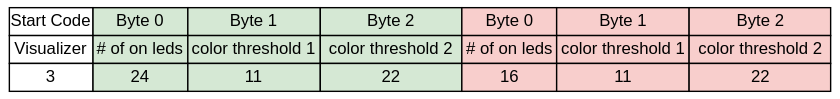
microchip-pic-avr-examples/pic16f56q71-audio-light-show-mplab-mcc keeps this draw.io diagram as images/visualizer.svg. Above is the earlier version. Source tidied: cells renumbered, new cells last; positions are measured from the earlier drawing's top-left corner, leaving out a move shared by most shapes. Source of this version:
```xml
<mxGraphModel>
  <root>
    <mxCell id="0" />
    <mxCell id="1" parent="0" />
    <mxCell id="2" value="Start Code" style="rounded=0;whiteSpace=wrap;html=1;" parent="1" vertex="1">
      <mxGeometry width="60" height="20" as="geometry" />
    </mxCell>
    <mxCell id="3" value="Byte 0" style="rounded=0;whiteSpace=wrap;html=1;fillColor=#d5e8d4;strokeColor=#000000;" parent="1" vertex="1">
      <mxGeometry x="60" width="68" height="20" as="geometry" />
    </mxCell>
    <mxCell id="4" value="Byte 1" style="rounded=0;whiteSpace=wrap;html=1;fillColor=#d5e8d4;strokeColor=#000000;" parent="1" vertex="1">
      <mxGeometry x="128" width="95" height="20" as="geometry" />
    </mxCell>
    <mxCell id="5" value="Byte 2" style="rounded=0;whiteSpace=wrap;html=1;fillColor=#d5e8d4;strokeColor=#000000;" parent="1" vertex="1">
      <mxGeometry x="223" width="101.5" height="20" as="geometry" />
    </mxCell>
    <mxCell id="6" value="Visualizer" style="rounded=0;whiteSpace=wrap;html=1;" parent="1" vertex="1">
      <mxGeometry y="20" width="60" height="20" as="geometry" />
    </mxCell>
    <mxCell id="7" value="# of on leds" style="rounded=0;whiteSpace=wrap;html=1;fillColor=#d5e8d4;strokeColor=#000000;" parent="1" vertex="1">
      <mxGeometry x="60" y="20" width="68" height="20" as="geometry" />
    </mxCell>
    <mxCell id="8" value="color threshold 1" style="rounded=0;whiteSpace=wrap;html=1;fillColor=#d5e8d4;strokeColor=#000000;" parent="1" vertex="1">
      <mxGeometry x="128" y="20" width="95" height="20" as="geometry" />
    </mxCell>
    <mxCell id="9" value="color threshold 2" style="rounded=0;whiteSpace=wrap;html=1;fillColor=#d5e8d4;strokeColor=#000000;" parent="1" vertex="1">
      <mxGeometry x="223" y="20" width="101.5" height="20" as="geometry" />
    </mxCell>
    <mxCell id="10" value="3" style="rounded=0;whiteSpace=wrap;html=1;" parent="1" vertex="1">
      <mxGeometry y="40" width="60" height="20" as="geometry" />
    </mxCell>
    <mxCell id="11" value="24" style="rounded=0;whiteSpace=wrap;html=1;fillColor=#d5e8d4;strokeColor=#000000;" parent="1" vertex="1">
      <mxGeometry x="60" y="40" width="68" height="20" as="geometry" />
    </mxCell>
    <mxCell id="12" value="11" style="rounded=0;whiteSpace=wrap;html=1;fillColor=#d5e8d4;strokeColor=#000000;" parent="1" vertex="1">
      <mxGeometry x="128" y="40" width="95" height="20" as="geometry" />
    </mxCell>
    <mxCell id="13" value="22" style="rounded=0;whiteSpace=wrap;html=1;fillColor=#d5e8d4;strokeColor=#000000;" parent="1" vertex="1">
      <mxGeometry x="223" y="40" width="101.5" height="20" as="geometry" />
    </mxCell>
    <mxCell id="14" value="Byte 0" style="rounded=0;whiteSpace=wrap;html=1;fillColor=#f8cecc;strokeColor=#000000;" parent="1" vertex="1">
      <mxGeometry x="324.5" width="68" height="20" as="geometry" />
    </mxCell>
    <mxCell id="15" value="Byte 1" style="rounded=0;whiteSpace=wrap;html=1;fillColor=#f8cecc;strokeColor=#000000;" parent="1" vertex="1">
      <mxGeometry x="392.5" width="95" height="20" as="geometry" />
    </mxCell>
    <mxCell id="16" value="Byte 2" style="rounded=0;whiteSpace=wrap;html=1;fillColor=#f8cecc;strokeColor=#000000;" parent="1" vertex="1">
      <mxGeometry x="487.5" width="101.5" height="20" as="geometry" />
    </mxCell>
    <mxCell id="17" value="# of on leds" style="rounded=0;whiteSpace=wrap;html=1;fillColor=#f8cecc;strokeColor=#000000;" parent="1" vertex="1">
      <mxGeometry x="324.5" y="20" width="68" height="20" as="geometry" />
    </mxCell>
    <mxCell id="18" value="color threshold 1" style="rounded=0;whiteSpace=wrap;html=1;fillColor=#f8cecc;strokeColor=#000000;" parent="1" vertex="1">
      <mxGeometry x="392.5" y="20" width="95" height="20" as="geometry" />
    </mxCell>
    <mxCell id="19" value="color threshold 2" style="rounded=0;whiteSpace=wrap;html=1;fillColor=#f8cecc;strokeColor=#000000;" parent="1" vertex="1">
      <mxGeometry x="487.5" y="20" width="101.5" height="20" as="geometry" />
    </mxCell>
    <mxCell id="20" value="16" style="rounded=0;whiteSpace=wrap;html=1;fillColor=#f8cecc;strokeColor=#000000;" parent="1" vertex="1">
      <mxGeometry x="324.5" y="40" width="68" height="20" as="geometry" />
    </mxCell>
    <mxCell id="21" value="11" style="rounded=0;whiteSpace=wrap;html=1;fillColor=#f8cecc;strokeColor=#000000;" parent="1" vertex="1">
      <mxGeometry x="392.5" y="40" width="95" height="20" as="geometry" />
    </mxCell>
    <mxCell id="22" value="22" style="rounded=0;whiteSpace=wrap;html=1;fillColor=#f8cecc;strokeColor=#000000;" parent="1" vertex="1">
      <mxGeometry x="487.5" y="40" width="101.5" height="20" as="geometry" />
    </mxCell>
  </root>
</mxGraphModel>
```
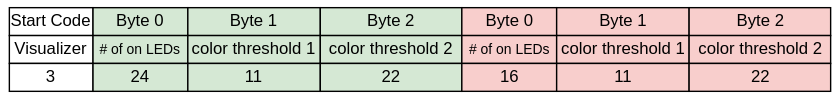
Above is the later version.

Change to the diagram source:
```diff
@@ -17,7 +17,7 @@
     <mxCell id="6" value="Visualizer" style="rounded=0;whiteSpace=wrap;html=1;" parent="1" vertex="1">
       <mxGeometry y="20" width="60" height="20" as="geometry" />
     </mxCell>
-    <mxCell id="7" value="# of on leds" style="rounded=0;whiteSpace=wrap;html=1;fillColor=#d5e8d4;strokeColor=#000000;" parent="1" vertex="1">
+    <mxCell id="7" value="&lt;font style=&quot;font-size: 10px;&quot;&gt;# of on LEDs&lt;/font&gt;" style="rounded=0;whiteSpace=wrap;html=1;fillColor=#d5e8d4;strokeColor=#000000;" parent="1" vertex="1">
       <mxGeometry x="60" y="20" width="68" height="20" as="geometry" />
     </mxCell>
     <mxCell id="8" value="color threshold 1" style="rounded=0;whiteSpace=wrap;html=1;fillColor=#d5e8d4;strokeColor=#000000;" parent="1" vertex="1">
@@ -47,7 +47,7 @@
     <mxCell id="16" value="Byte 2" style="rounded=0;whiteSpace=wrap;html=1;fillColor=#f8cecc;strokeColor=#000000;" parent="1" vertex="1">
       <mxGeometry x="487.5" width="101.5" height="20" as="geometry" />
     </mxCell>
-    <mxCell id="17" value="# of on leds" style="rounded=0;whiteSpace=wrap;html=1;fillColor=#f8cecc;strokeColor=#000000;" parent="1" vertex="1">
+    <mxCell id="17" value="&lt;font style=&quot;font-size: 10px;&quot;&gt;# of on LEDs&lt;/font&gt;" style="rounded=0;whiteSpace=wrap;html=1;fillColor=#f8cecc;strokeColor=#000000;" parent="1" vertex="1">
       <mxGeometry x="324.5" y="20" width="68" height="20" as="geometry" />
     </mxCell>
     <mxCell id="18" value="color threshold 1" style="rounded=0;whiteSpace=wrap;html=1;fillColor=#f8cecc;strokeColor=#000000;" parent="1" vertex="1">
```
